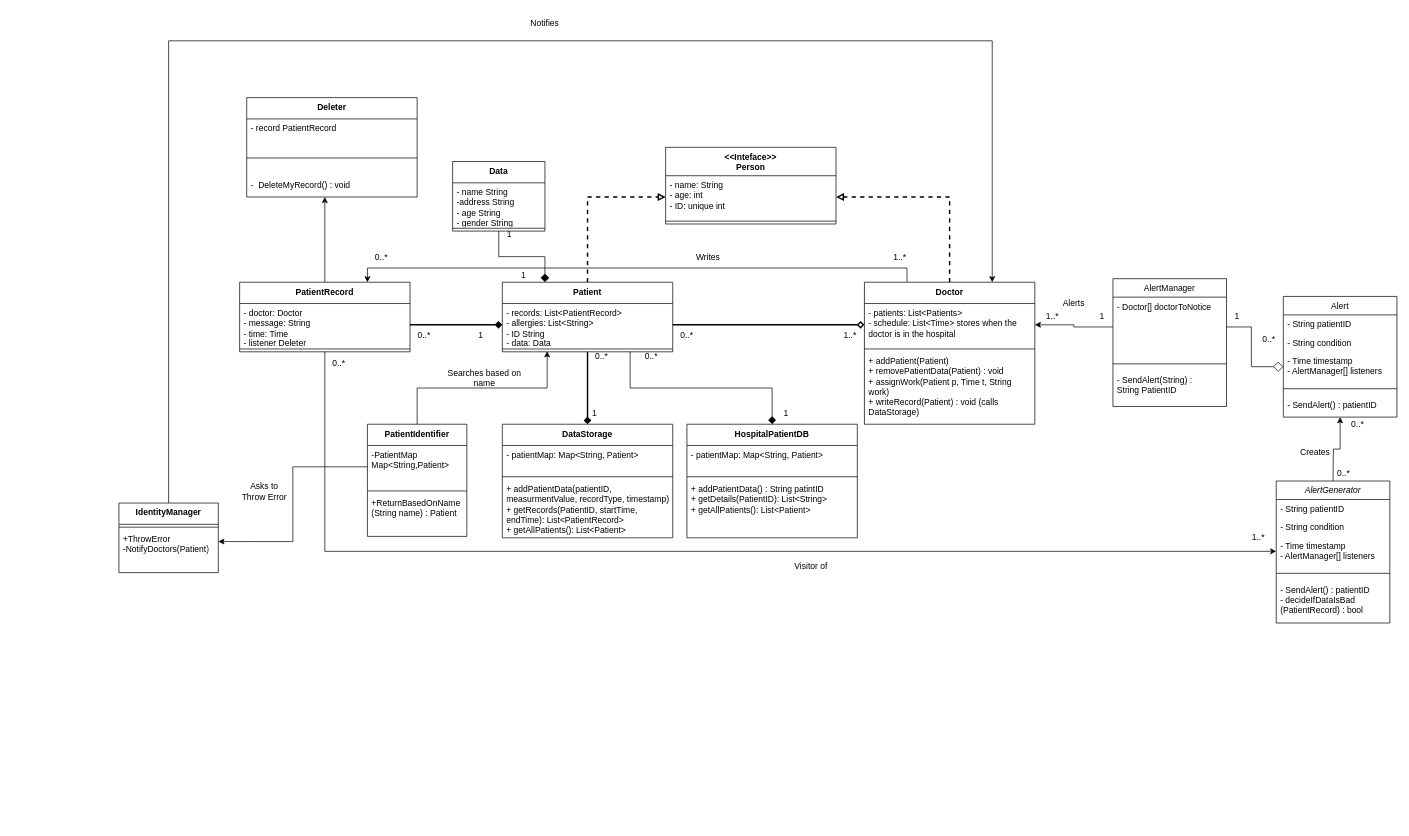
Earlier version of the draw.io diagram UML_Chart.drawio (almadav0010/SoftverEngi_G79). Source tidied: cells renumbered, new cells numbered last; positions are measured from the earlier drawing's top-left corner, leaving out a move shared by most shapes. Both pictures are drawn from the tidied source at 71%, with x=0, y=0 at pixel (119, 12).
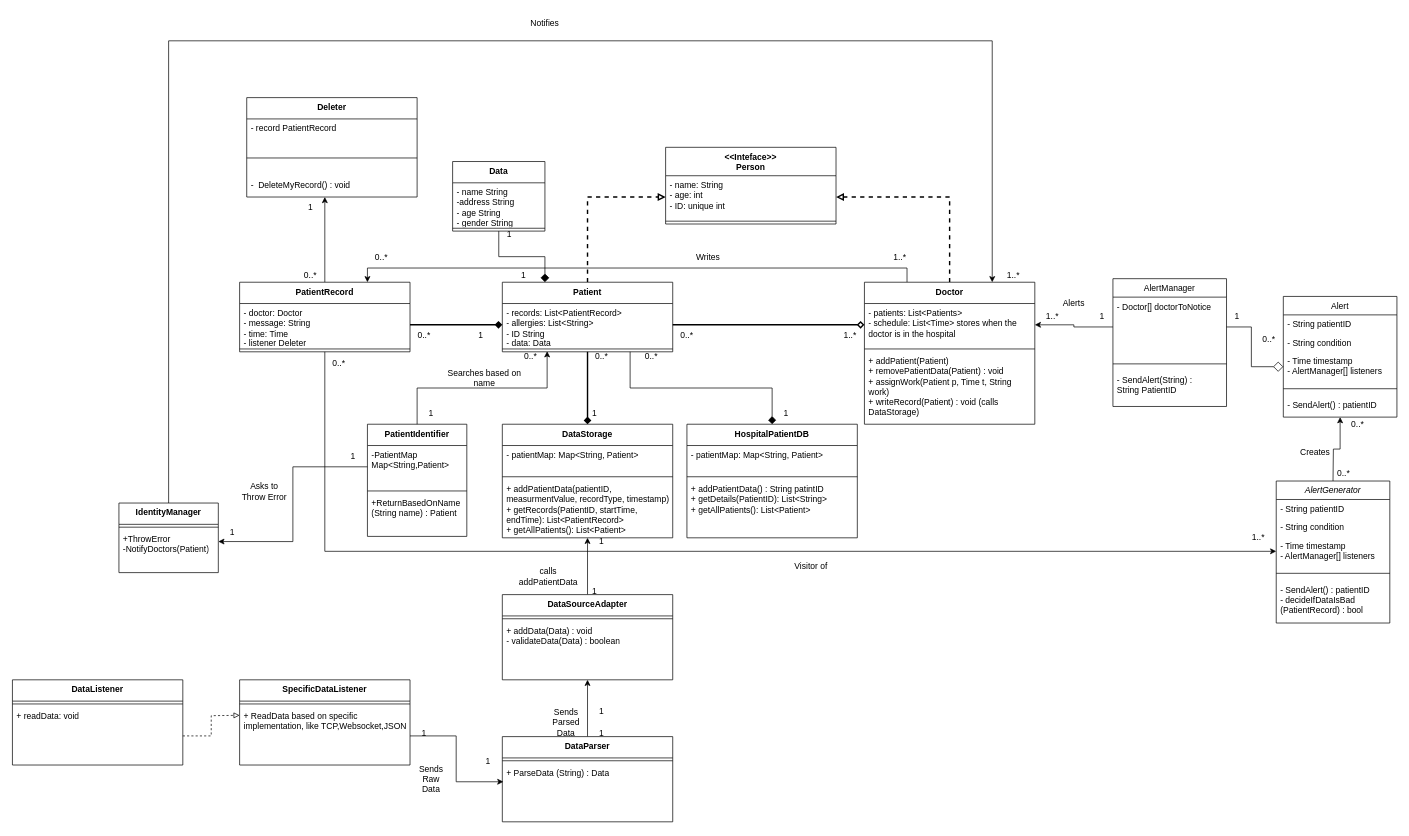
The same diagram, later.

Commit message:
UML_donezo

The change refers to these unchanged cells:
```xml
<mxCell id="3" value="&lt;div&gt;&lt;span style=&quot;background-color: transparent; color: light-dark(rgb(0, 0, 0), rgb(255, 255, 255));&quot;&gt;DataStorage&lt;/span&gt;&lt;/div&gt;" style="swimlane;fontStyle=1;align=center;verticalAlign=top;horizontal=1;startSize=30;whiteSpace=wrap;html=1;" parent="1" vertex="1">
  <mxGeometry x="540" y="580" width="240" height="160" as="geometry" />
</mxCell>
```

The edit, as a diff of the source:
```diff
@@
+    <mxCell id="96" value="&lt;div&gt;&lt;span style=&quot;background-color: transparent; color: light-dark(rgb(0, 0, 0), rgb(255, 255, 255));&quot;&gt;DataListener&lt;/span&gt;&lt;/div&gt;" style="swimlane;fontStyle=1;align=center;verticalAlign=top;horizontal=1;startSize=30;whiteSpace=wrap;html=1;" parent="1" vertex="1">
+      <mxGeometry x="-150" y="940" width="240" height="120" as="geometry" />
+    </mxCell>
+    <mxCell id="97" style="line;strokeWidth=1;fillColor=none;align=left;verticalAlign=middle;spacingTop=-1;spacingLeft=3;spacingRight=3;labelPosition=right;strokeColor=inherit;" parent="96" vertex="1">
+      <mxGeometry y="30" width="240" height="8" as="geometry" />
+    </mxCell>
+    <mxCell id="98" value="+ readData: void" style="text;strokeColor=none;fillColor=none;align=left;verticalAlign=top;spacingLeft=4;spacingRight=4;overflow=hidden;points=[[0,0.5],[1,0.5]];portConstraint=eastwest;whiteSpace=wrap;html=1;" parent="96" vertex="1">
+      <mxGeometry y="38" width="240" height="82" as="geometry" />
+    </mxCell>
+    <mxCell id="99" style="edgeStyle=orthogonalEdgeStyle;rounded=0;jettySize=auto;html=1;exitX=0.5;exitY=0;exitDx=0;exitDy=0;entryX=0.5;entryY=1;entryDx=0;entryDy=0;" parent="1" edge="1" source="100" target="107">
+      <mxGeometry relative="1" as="geometry" />
+    </mxCell>
+    <mxCell id="100" value="&lt;div&gt;&lt;span style=&quot;background-color: transparent; color: light-dark(rgb(0, 0, 0), rgb(255, 255, 255));&quot;&gt;DataParser&lt;/span&gt;&lt;/div&gt;" style="swimlane;fontStyle=1;align=center;verticalAlign=top;horizontal=1;startSize=30;whiteSpace=wrap;html=1;" parent="1" vertex="1">
+      <mxGeometry x="540" y="1020" width="240" height="120" as="geometry" />
+    </mxCell>
+    <mxCell id="101" style="line;strokeWidth=1;fillColor=none;align=left;verticalAlign=middle;spacingTop=-1;spacingLeft=3;spacingRight=3;labelPosition=right;strokeColor=inherit;" parent="100" vertex="1">
+      <mxGeometry y="30" width="240" height="8" as="geometry" />
+    </mxCell>
+    <mxCell id="102" value="+ ParseData (String) : Data" style="text;strokeColor=none;fillColor=none;align=left;verticalAlign=top;spacingLeft=4;spacingRight=4;overflow=hidden;points=[[0,0.5],[1,0.5]];portConstraint=eastwest;whiteSpace=wrap;html=1;" parent="100" vertex="1">
+      <mxGeometry y="38" width="240" height="82" as="geometry" />
+    </mxCell>
+    <mxCell id="103" value="&lt;div&gt;&lt;span style=&quot;background-color: transparent; color: light-dark(rgb(0, 0, 0), rgb(255, 255, 255));&quot;&gt;SpecificDataListener&lt;/span&gt;&lt;/div&gt;" style="swimlane;fontStyle=1;align=center;verticalAlign=top;horizontal=1;startSize=30;whiteSpace=wrap;html=1;" parent="1" vertex="1">
+      <mxGeometry x="170" y="940" width="240" height="120" as="geometry" />
+    </mxCell>
+    <mxCell id="104" style="line;strokeWidth=1;fillColor=none;align=left;verticalAlign=middle;spacingTop=-1;spacingLeft=3;spacingRight=3;labelPosition=right;strokeColor=inherit;" parent="103" vertex="1">
+      <mxGeometry y="30" width="240" height="8" as="geometry" />
+    </mxCell>
+    <mxCell id="105" value="+ ReadData based on specific implementation, like TCP,Websocket,JSON" style="text;strokeColor=none;fillColor=none;align=left;verticalAlign=top;spacingLeft=4;spacingRight=4;overflow=hidden;points=[[0,0.5],[1,0.5]];portConstraint=eastwest;whiteSpace=wrap;html=1;" parent="103" vertex="1">
+      <mxGeometry y="38" width="240" height="82" as="geometry" />
+    </mxCell>
+    <mxCell id="106" style="edgeStyle=orthogonalEdgeStyle;rounded=0;jettySize=auto;html=1;exitX=0.5;exitY=0;exitDx=0;exitDy=0;entryX=0.5;entryY=1;entryDx=0;entryDy=0;" parent="1" edge="1" source="107" target="3">
+      <mxGeometry relative="1" as="geometry" />
+    </mxCell>
+    <mxCell id="107" value="&lt;div&gt;&lt;span style=&quot;background-color: transparent; color: light-dark(rgb(0, 0, 0), rgb(255, 255, 255));&quot;&gt;DataSourceAdapter&lt;/span&gt;&lt;/div&gt;" style="swimlane;fontStyle=1;align=center;verticalAlign=top;horizontal=1;startSize=30;whiteSpace=wrap;html=1;" parent="1" vertex="1">
+      <mxGeometry x="540" y="820" width="240" height="120" as="geometry" />
+    </mxCell>
+    <mxCell id="108" style="line;strokeWidth=1;fillColor=none;align=left;verticalAlign=middle;spacingTop=-1;spacingLeft=3;spacingRight=3;labelPosition=right;strokeColor=inherit;" parent="107" vertex="1">
+      <mxGeometry y="30" width="240" height="8" as="geometry" />
+    </mxCell>
+    <mxCell id="109" value="+ addData(Data) : void&lt;div&gt;- validateData(Data) : boolean&lt;/div&gt;" style="text;strokeColor=none;fillColor=none;align=left;verticalAlign=top;spacingLeft=4;spacingRight=4;overflow=hidden;whiteSpace=wrap;html=1;" parent="107" vertex="1">
+      <mxGeometry y="38" width="240" height="82" as="geometry" />
+    </mxCell>
+    <mxCell id="110" style="edgeStyle=orthogonalEdgeStyle;rounded=0;jettySize=auto;html=1;exitX=1;exitY=0.5;exitDx=0;exitDy=0;entryX=0;entryY=0.5;entryDx=0;entryDy=0;dashed=1;endArrow=block;endFill=0;" parent="1" edge="1" source="98">
+      <mxGeometry relative="1" as="geometry">
+        <mxPoint x="170" y="990" as="targetPoint" />
+      </mxGeometry>
+    </mxCell>
+    <mxCell id="111" style="edgeStyle=orthogonalEdgeStyle;rounded=0;jettySize=auto;html=1;exitX=1;exitY=0.5;exitDx=0;exitDy=0;entryX=0.006;entryY=0.312;entryDx=0;entryDy=0;entryPerimeter=0;" parent="1" edge="1" source="105" target="102">
+      <mxGeometry relative="1" as="geometry" />
+    </mxCell>
+    <mxCell id="112" value="0..*" style="text;html=1;whiteSpace=wrap;strokeColor=none;fillColor=none;align=center;verticalAlign=middle;rounded=0;" parent="1" vertex="1">
+      <mxGeometry x="250" y="365" width="40" height="10" as="geometry" />
+    </mxCell>
+    <mxCell id="113" value="1..*" style="text;html=1;whiteSpace=wrap;strokeColor=none;fillColor=none;align=center;verticalAlign=middle;rounded=0;" parent="1" vertex="1">
+      <mxGeometry x="1240" y="365" width="40" height="10" as="geometry" />
+    </mxCell>
+    <mxCell id="114" value="1" style="text;html=1;whiteSpace=wrap;strokeColor=none;fillColor=none;align=center;verticalAlign=middle;rounded=0;" parent="1" vertex="1">
+      <mxGeometry x="250" y="270" width="40" height="10" as="geometry" />
+    </mxCell>
+    <mxCell id="115" value="1" style="text;html=1;whiteSpace=wrap;strokeColor=none;fillColor=none;align=center;verticalAlign=middle;rounded=0;" parent="1" vertex="1">
+      <mxGeometry x="310" y="620" width="40" height="10" as="geometry" />
+    </mxCell>
+    <mxCell id="116" value="1" style="text;html=1;whiteSpace=wrap;strokeColor=none;fillColor=none;align=center;verticalAlign=middle;rounded=0;" parent="1" vertex="1">
+      <mxGeometry x="420" y="560" width="40" height="10" as="geometry" />
+    </mxCell>
+    <mxCell id="117" value="0..*" style="text;html=1;whiteSpace=wrap;strokeColor=none;fillColor=none;align=center;verticalAlign=middle;rounded=0;" parent="1" vertex="1">
+      <mxGeometry x="560" y="480" width="40" height="10" as="geometry" />
+    </mxCell>
+    <mxCell id="118" value="1" style="text;html=1;whiteSpace=wrap;strokeColor=none;fillColor=none;align=center;verticalAlign=middle;rounded=0;" parent="1" vertex="1">
+      <mxGeometry x="140" y="728" width="40" height="10" as="geometry" />
+    </mxCell>
+    <mxCell id="119" value="1" style="text;html=1;whiteSpace=wrap;strokeColor=none;fillColor=none;align=center;verticalAlign=middle;rounded=0;" parent="1" vertex="1">
+      <mxGeometry x="410" y="1010" width="40" height="10" as="geometry" />
+    </mxCell>
+    <mxCell id="120" value="1" style="text;html=1;whiteSpace=wrap;strokeColor=none;fillColor=none;align=center;verticalAlign=middle;rounded=0;" parent="1" vertex="1">
+      <mxGeometry x="500" y="1050" width="40" height="10" as="geometry" />
+    </mxCell>
+    <mxCell id="121" value="Sends Raw Data" style="text;html=1;whiteSpace=wrap;strokeColor=none;fillColor=none;align=center;verticalAlign=middle;rounded=0;" parent="1" vertex="1">
+      <mxGeometry x="420" y="1075" width="40" height="10" as="geometry" />
+    </mxCell>
+    <mxCell id="122" value="1" style="text;html=1;whiteSpace=wrap;strokeColor=none;fillColor=none;align=center;verticalAlign=middle;rounded=0;" parent="1" vertex="1">
+      <mxGeometry x="660" y="1010" width="40" height="10" as="geometry" />
+    </mxCell>
+    <mxCell id="123" value="1" style="text;html=1;whiteSpace=wrap;strokeColor=none;fillColor=none;align=center;verticalAlign=middle;rounded=0;" parent="1" vertex="1">
+      <mxGeometry x="660" y="980" width="40" height="10" as="geometry" />
+    </mxCell>
+    <mxCell id="124" value="1" style="text;html=1;whiteSpace=wrap;strokeColor=none;fillColor=none;align=center;verticalAlign=middle;rounded=0;" parent="1" vertex="1">
+      <mxGeometry x="650" y="810" width="40" height="10" as="geometry" />
+    </mxCell>
+    <mxCell id="125" value="1" style="text;html=1;whiteSpace=wrap;strokeColor=none;fillColor=none;align=center;verticalAlign=middle;rounded=0;" parent="1" vertex="1">
+      <mxGeometry x="660" y="740" width="40" height="10" as="geometry" />
+    </mxCell>
+    <mxCell id="126" value="Sends Parsed Data" style="text;html=1;whiteSpace=wrap;strokeColor=none;fillColor=none;align=center;verticalAlign=middle;rounded=0;" parent="1" vertex="1">
+      <mxGeometry x="610" y="995" width="40" height="10" as="geometry" />
+    </mxCell>
+    <mxCell id="127" value="calls addPatientData" style="text;html=1;whiteSpace=wrap;strokeColor=none;fillColor=none;align=center;verticalAlign=middle;rounded=0;" parent="1" vertex="1">
+      <mxGeometry x="560" y="779" width="90" height="31" as="geometry" />
+    </mxCell>
```
